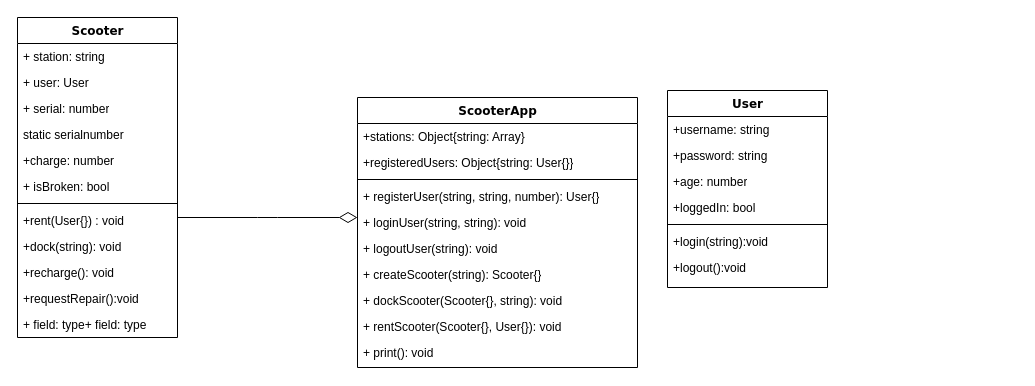
The draw.io diagram scooter-project.drawio in kennyyang2019/scooter-project, before the edit. Source tidied: cells renumbered, new cells numbered last; positions are measured from the earlier drawing's top-left corner, leaving out a move shared by most shapes. Both pictures are drawn from the tidied source at 100%, with x=0, y=0 at pixel (17, 17).
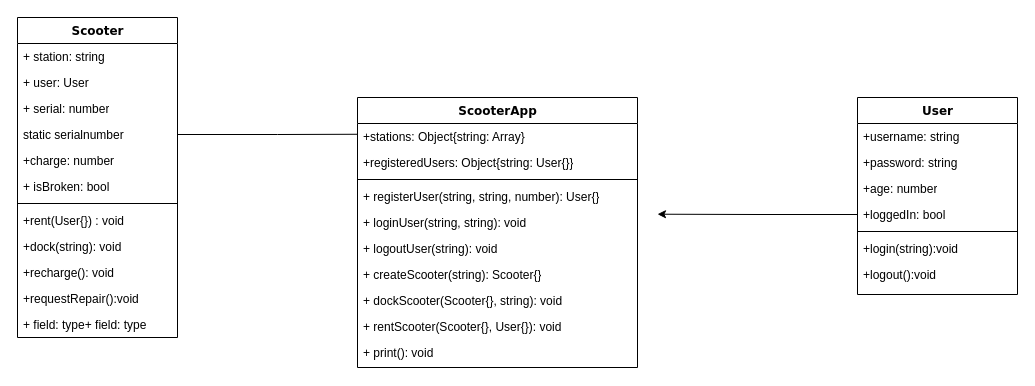
After the change.

The change refers to these unchanged cells:
```xml
<mxCell id="2" value="Scooter" style="swimlane;html=1;fontStyle=1;align=center;verticalAlign=top;horizontal=1;startSize=26;swimlaneFillColor=#ffffff;rounded=0;shadow=0;comic=0;labelBackgroundColor=none;strokeWidth=1;fillColor=none;fontFamily=Verdana;fontSize=12;" parent="1" vertex="1">
  <mxGeometry width="160" height="320" as="geometry" />
</mxCell>
<mxCell id="6" value="static serialnumber" style="text;html=1;strokeColor=none;fillColor=none;align=left;verticalAlign=top;spacingLeft=4;spacingRight=4;whiteSpace=wrap;overflow=hidden;points=[[0,0.5],[1,0.5]];portConstraint=eastwest;" parent="2" vertex="1">
  <mxGeometry y="104" width="160" height="26" as="geometry" />
</mxCell>
<mxCell id="15" value="ScooterApp" style="swimlane;html=1;fontStyle=1;align=center;verticalAlign=top;horizontal=1;startSize=26;swimlaneFillColor=#ffffff;rounded=0;shadow=0;comic=0;labelBackgroundColor=none;strokeWidth=1;fillColor=none;fontFamily=Verdana;fontSize=12;" parent="1" vertex="1">
  <mxGeometry x="340" y="80" width="280" height="270" as="geometry" />
</mxCell>
<mxCell id="30" value="+loggedIn: bool" style="text;html=1;strokeColor=none;fillColor=none;align=left;verticalAlign=top;spacingLeft=4;spacingRight=4;whiteSpace=wrap;overflow=hidden;points=[[0,0.5],[1,0.5]];portConstraint=eastwest;" parent="26" vertex="1">
  <mxGeometry y="104" width="160" height="26" as="geometry" />
</mxCell>
```

Diff of the diagram source:
```diff
@@
+    <mxCell id="35" style="edgeStyle=orthogonalEdgeStyle;rounded=0;jettySize=auto;html=1;exitX=1;exitY=0.5;exitDx=0;exitDy=0;" parent="2" edge="1" source="6">
+      <mxGeometry relative="1" as="geometry">
+        <mxPoint x="360" y="116.7" as="targetPoint" />
+      </mxGeometry>
+    </mxCell>
@@
     <mxCell id="26" value="User" style="swimlane;html=1;fontStyle=1;align=center;verticalAlign=top;horizontal=1;startSize=26;swimlaneFillColor=#ffffff;rounded=0;shadow=0;comic=0;labelBackgroundColor=none;strokeWidth=1;fillColor=none;fontFamily=Verdana;fontSize=12;" parent="1" vertex="1">
-      <mxGeometry x="650" y="73" width="160" height="197" as="geometry" />
+      <mxGeometry x="840" y="80" width="160" height="197" as="geometry" />
     </mxCell>
@@
+    <mxCell id="36" style="edgeStyle=orthogonalEdgeStyle;rounded=0;jettySize=auto;html=1;exitX=0;exitY=0.5;exitDx=0;exitDy=0;" parent="26" edge="1" source="30">
+      <mxGeometry relative="1" as="geometry">
+        <mxPoint x="-200" y="116.7" as="targetPoint" />
+      </mxGeometry>
+    </mxCell>
@@
-    <mxCell id="34" style="edgeStyle=elbowEdgeStyle;html=1;labelBackgroundColor=none;startFill=0;startSize=8;endArrow=diamondThin;endFill=0;endSize=16;fontFamily=Verdana;fontSize=12;elbow=vertical;" parent="1" edge="1" source="2" target="15">
-      <mxGeometry relative="1" as="geometry" />
-    </mxCell>
```
